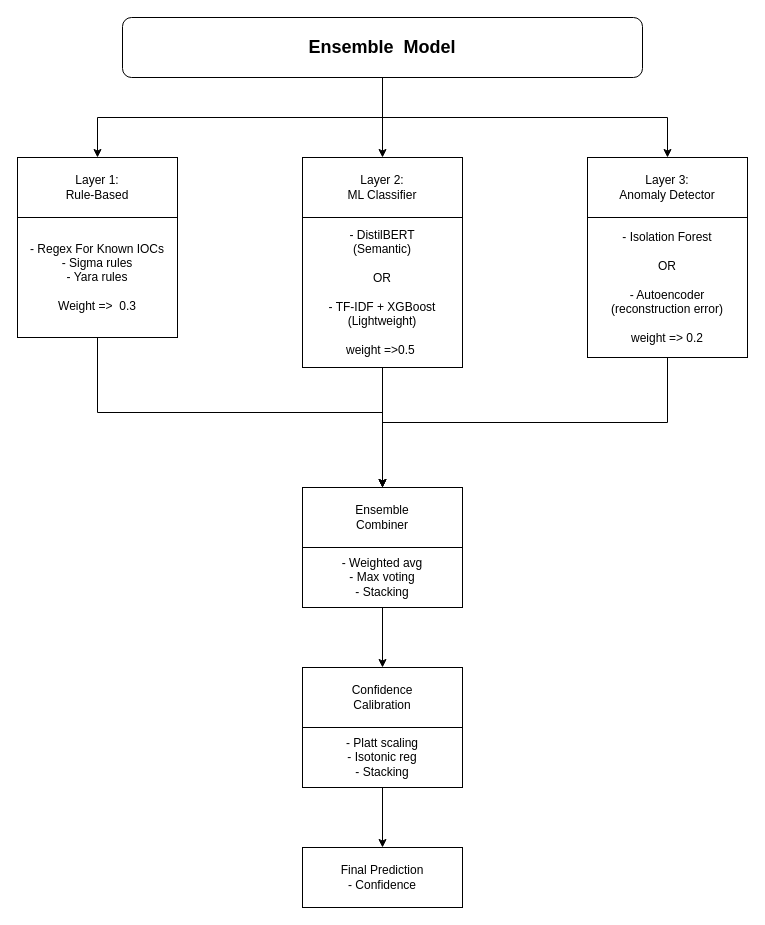
Above: page "ENSEMBLE MODEL" (5 of 7) of senior-project.drawio in Jacob-Valor/Database-Design (draw.io), before the change. Source tidied: cells renumbered, new cells numbered last; positions are measured from the earlier drawing's top-left corner, leaving out a move shared by most shapes. Both pictures are drawn from the tidied source at 100%, with x=0, y=0 at pixel (17, 17).
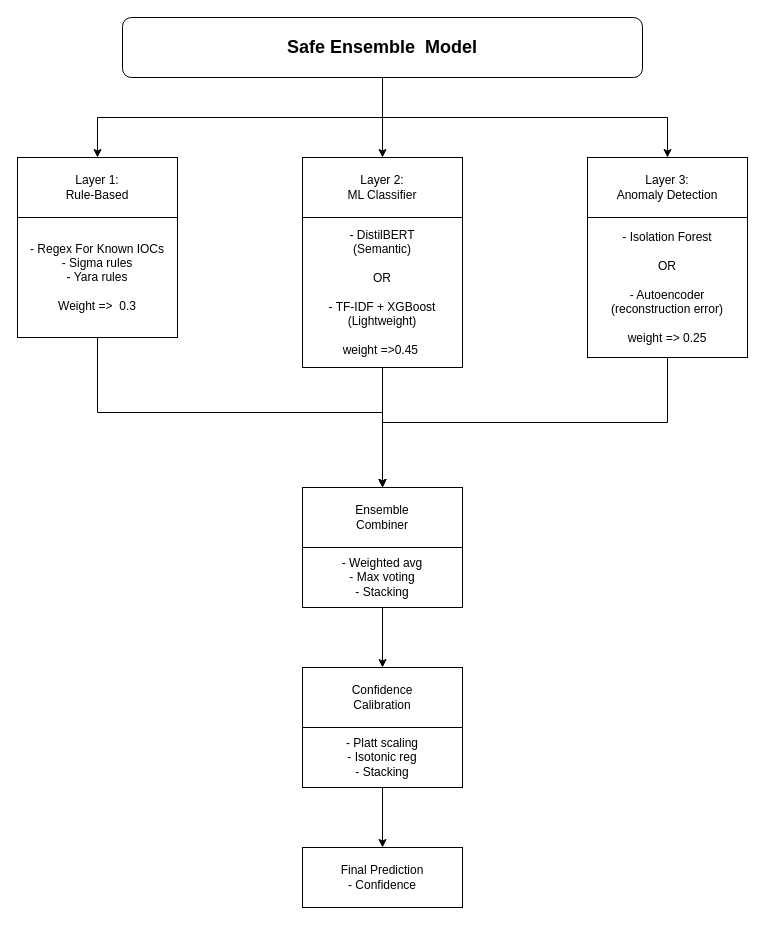
After the change.

Diff of the diagram source:
```diff
@@
-    <mxCell id="5" value="&lt;font style=&quot;font-size: 18px;&quot;&gt;&lt;b&gt;Ensemble&amp;nbsp; Model&lt;/b&gt;&lt;/font&gt;" style="rounded=1;whiteSpace=wrap;html=1;" parent="1" vertex="1">
+    <mxCell id="5" value="&lt;font style=&quot;font-size: 18px;&quot;&gt;&lt;b&gt;Safe Ensemble&amp;nbsp; Model&lt;/b&gt;&lt;/font&gt;" style="rounded=1;whiteSpace=wrap;html=1;" parent="1" vertex="1">
       <mxGeometry x="105" width="520" height="60" as="geometry" />
     </mxCell>
@@
-    <mxCell id="8" value="&lt;div&gt;Layer 3:&lt;/div&gt;&lt;div&gt;Anomaly Detector&lt;/div&gt;" style="rounded=0;whiteSpace=wrap;html=1;" parent="1" vertex="1">
+    <mxCell id="8" value="&lt;div&gt;Layer 3:&lt;/div&gt;&lt;div&gt;Anomaly Detection&lt;/div&gt;" style="rounded=0;whiteSpace=wrap;html=1;" parent="1" vertex="1">
       <mxGeometry x="570" y="140" width="160" height="60" as="geometry" />
     </mxCell>
@@
-    <mxCell id="12" value="&lt;div&gt;- DistilBERT&lt;/div&gt;&lt;div&gt;(Semantic)&lt;/div&gt;&lt;div&gt;&lt;br&gt;&lt;/div&gt;&lt;div&gt;OR&lt;/div&gt;&lt;div&gt;&lt;br&gt;&lt;/div&gt;&lt;div&gt;- TF-IDF + XGBoost&lt;/div&gt;&lt;div&gt;(Lightweight)&lt;/div&gt;&lt;div&gt;&lt;br&gt;&lt;/div&gt;&lt;div&gt;weight =&amp;gt;0.5&amp;nbsp;&lt;/div&gt;" style="rounded=0;whiteSpace=wrap;html=1;" parent="1" vertex="1">
+    <mxCell id="12" value="&lt;div&gt;- DistilBERT&lt;/div&gt;&lt;div&gt;(Semantic)&lt;/div&gt;&lt;div&gt;&lt;br&gt;&lt;/div&gt;&lt;div&gt;OR&lt;/div&gt;&lt;div&gt;&lt;br&gt;&lt;/div&gt;&lt;div&gt;- TF-IDF + XGBoost&lt;/div&gt;&lt;div&gt;(Lightweight)&lt;/div&gt;&lt;div&gt;&lt;br&gt;&lt;/div&gt;&lt;div&gt;weight =&amp;gt;0.45&amp;nbsp;&lt;/div&gt;" style="rounded=0;whiteSpace=wrap;html=1;" parent="1" vertex="1">
       <mxGeometry x="285" y="200" width="160" height="150" as="geometry" />
     </mxCell>
@@
-    <mxCell id="14" value="&lt;div&gt;- Isolation Forest&lt;/div&gt;&lt;div&gt;&lt;br&gt;&lt;/div&gt;&lt;div&gt;OR&lt;/div&gt;&lt;div&gt;&lt;br&gt;&lt;/div&gt;&lt;div&gt;- Autoencoder&lt;/div&gt;&lt;div&gt;(reconstruction error)&lt;/div&gt;&lt;div&gt;&lt;br&gt;&lt;/div&gt;&lt;div&gt;weight =&amp;gt; 0.2&lt;/div&gt;" style="rounded=0;whiteSpace=wrap;html=1;" parent="1" vertex="1">
+    <mxCell id="14" value="&lt;div&gt;- Isolation Forest&lt;/div&gt;&lt;div&gt;&lt;br&gt;&lt;/div&gt;&lt;div&gt;OR&lt;/div&gt;&lt;div&gt;&lt;br&gt;&lt;/div&gt;&lt;div&gt;- Autoencoder&lt;/div&gt;&lt;div&gt;(reconstruction error)&lt;/div&gt;&lt;div&gt;&lt;br&gt;&lt;/div&gt;&lt;div&gt;weight =&amp;gt; 0.25&lt;/div&gt;" style="rounded=0;whiteSpace=wrap;html=1;" parent="1" vertex="1">
       <mxGeometry x="570" y="200" width="160" height="140" as="geometry" />
     </mxCell>
```
